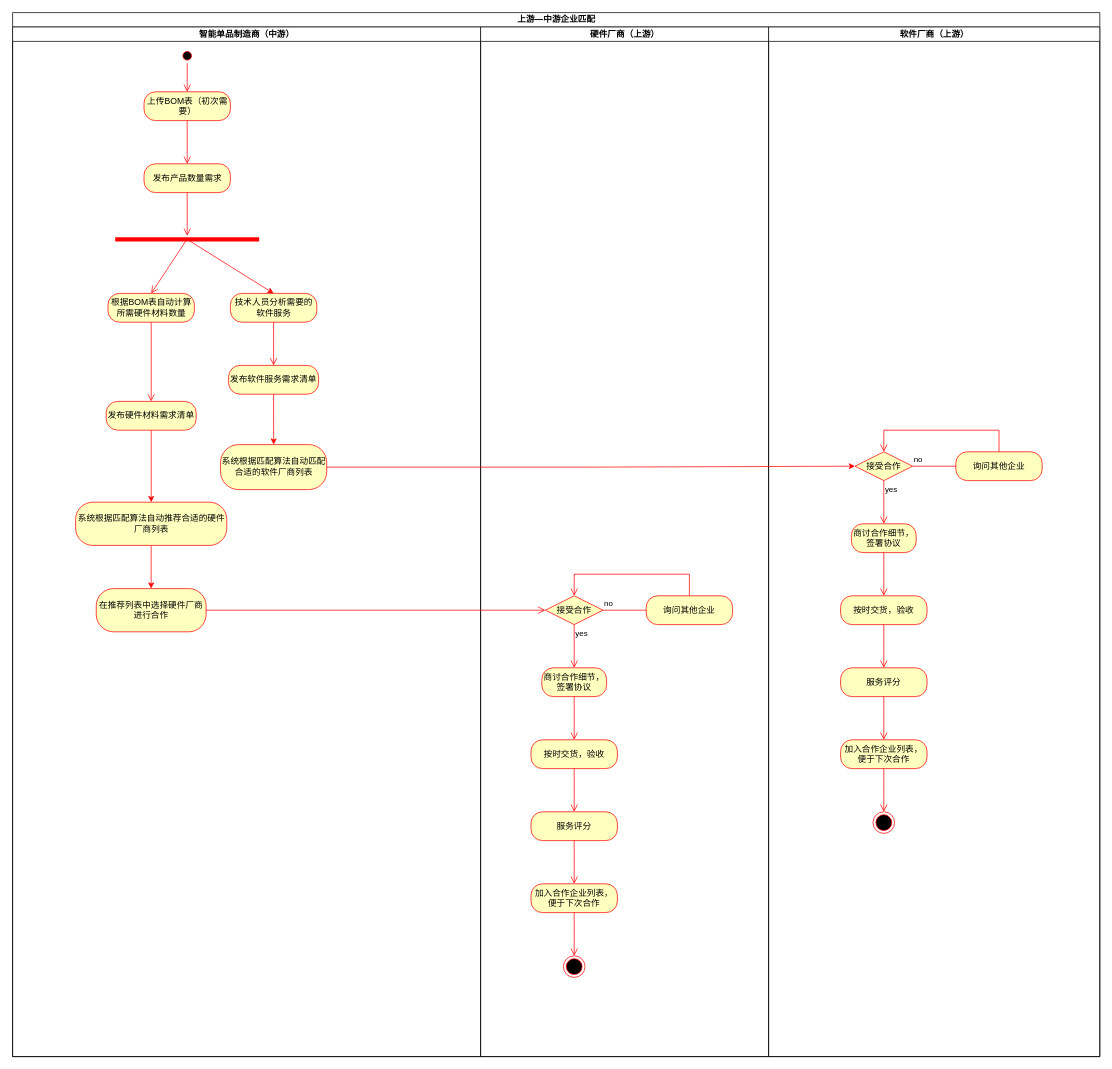
This is 毕设活动图1——中上游匹配.drawio from 2919282119/charts, a draw.io file, before an edit. Source tidied: cells renumbered, new cells numbered last; positions are measured from the earlier drawing's top-left corner, leaving out a move shared by most shapes. Both pictures are drawn from the tidied source at 72%, with x=0, y=0 at pixel (12, 12).
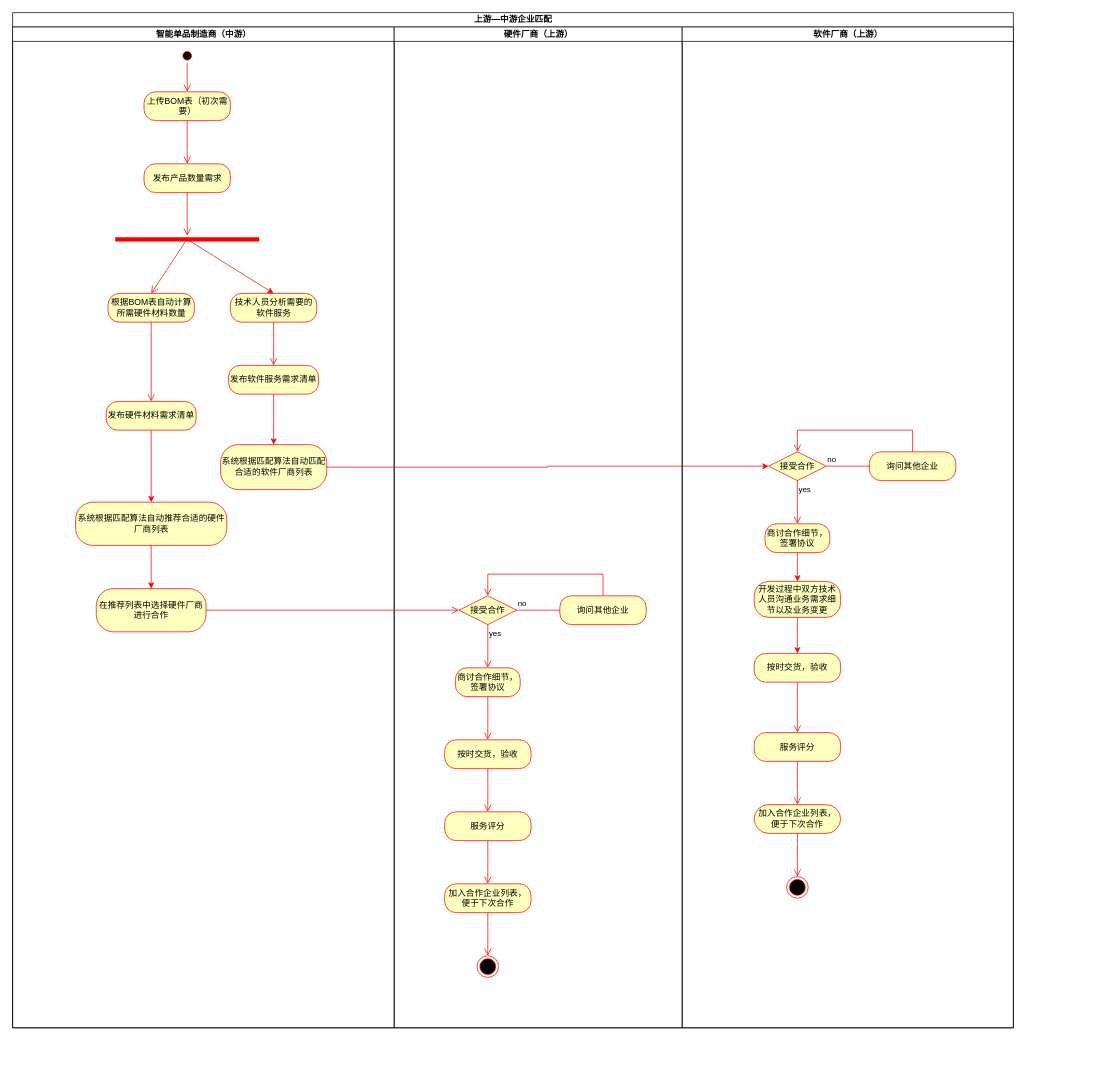
The same page after the edit.

Commit message:
更新毕设活动图1——中上游匹配.drawio

The change refers to these unchanged cells:
```xml
<mxCell id="22" value="系统根据匹配算法自动匹配合适的软件厂商列表" style="whiteSpace=wrap;html=1;fillColor=#ffffc0;strokeColor=#ff0000;fontColor=#000000;rounded=1;arcSize=40;" parent="3" vertex="1">
  <mxGeometry x="288.8" y="580" width="147.5" height="62.5" as="geometry" />
</mxCell>
<mxCell id="24" value="在推荐列表中选择硬件厂商进行合作" style="rounded=1;whiteSpace=wrap;html=1;arcSize=40;fontColor=#000000;fillColor=#ffffc0;strokeColor=#ff0000;" parent="3" vertex="1">
  <mxGeometry x="116.2" y="780" width="152.5" height="60" as="geometry" />
</mxCell>
<mxCell id="26" value="接受合作" style="rhombus;whiteSpace=wrap;html=1;fontColor=#000000;fillColor=#ffffc0;strokeColor=#ff0000;" parent="25" vertex="1">
  <mxGeometry x="90" y="790" width="80" height="40" as="geometry" />
</mxCell>
<mxCell id="41" value="接受合作" style="rhombus;whiteSpace=wrap;html=1;fontColor=#000000;fillColor=#ffffc0;strokeColor=#ff0000;" parent="40" vertex="1">
  <mxGeometry x="120" y="590" width="80" height="40" as="geometry" />
</mxCell>
<mxCell id="46" value="商讨合作细节，签署协议" style="rounded=1;whiteSpace=wrap;html=1;arcSize=40;fontColor=#000000;fillColor=#ffffc0;strokeColor=#ff0000;" parent="40" vertex="1">
  <mxGeometry x="115" y="690" width="90" height="40" as="geometry" />
</mxCell>
```

The edit, as a diff of the source:
```diff
@@
     <mxCell id="2" value="上游—中游企业匹配" style="swimlane;startSize=20;html=1;" parent="1" vertex="1">
-      <mxGeometry width="1510" height="1450" as="geometry" />
+      <mxGeometry width="1390" height="1410" as="geometry" />
     </mxCell>
     <mxCell id="3" value="智能单品制造商（中游）" style="swimlane;startSize=20;html=1;" parent="2" vertex="1">
-      <mxGeometry y="20" width="650" height="1430" as="geometry" />
+      <mxGeometry y="20" width="530" height="1390" as="geometry" />
     </mxCell>
@@
     <mxCell id="25" value="硬件厂商（上游）" style="swimlane;startSize=20;html=1;" parent="2" vertex="1">
-      <mxGeometry x="650" y="20" width="400" height="1430" as="geometry" />
+      <mxGeometry x="530" y="20" width="400" height="1390" as="geometry" />
     </mxCell>
@@
+    <mxCell id="55" style="edgeStyle=orthogonalEdgeStyle;rounded=0;jettySize=auto;html=1;strokeColor=#FF0000;entryX=0;entryY=0.5;entryDx=0;entryDy=0;" parent="2" edge="1" source="22" target="41">
+      <mxGeometry relative="1" as="geometry" />
+    </mxCell>
+    <mxCell id="56" style="edgeStyle=orthogonalEdgeStyle;html=1;verticalAlign=bottom;endArrow=open;endSize=8;strokeColor=#ff0000;rounded=0;entryX=0;entryY=0.5;entryDx=0;entryDy=0;" parent="2" edge="1" source="24" target="26">
+      <mxGeometry relative="1" as="geometry" />
+    </mxCell>
     <mxCell id="40" value="软件厂商（上游）" style="swimlane;startSize=20;html=1;" parent="2" vertex="1">
-      <mxGeometry x="1050" y="20" width="460" height="1430" as="geometry" />
+      <mxGeometry x="930" y="20" width="460" height="1390" as="geometry" />
     </mxCell>
@@
+    <mxCell id="57" style="edgeStyle=orthogonalEdgeStyle;rounded=0;jettySize=auto;html=1;strokeColor=#FF0000;" parent="40" edge="1" source="46" target="59">
+      <mxGeometry relative="1" as="geometry" />
+    </mxCell>
@@
-    <mxCell id="47" style="edgeStyle=orthogonalEdgeStyle;html=1;verticalAlign=bottom;endArrow=open;endSize=8;strokeColor=#ff0000;rounded=0;" parent="40" edge="1" source="46">
-      <mxGeometry relative="1" as="geometry">
-        <mxPoint x="160" y="790" as="targetPoint" />
-      </mxGeometry>
-    </mxCell>
     <mxCell id="48" value="按时交货，验收" style="rounded=1;whiteSpace=wrap;html=1;arcSize=40;fontColor=#000000;fillColor=#ffffc0;strokeColor=#ff0000;" parent="40" vertex="1">
-      <mxGeometry x="100" y="790" width="120" height="40" as="geometry" />
+      <mxGeometry x="100" y="870" width="120" height="40" as="geometry" />
     </mxCell>
     <mxCell id="49" style="edgeStyle=orthogonalEdgeStyle;html=1;verticalAlign=bottom;endArrow=open;endSize=8;strokeColor=#ff0000;rounded=0;" parent="40" edge="1" source="48">
       <mxGeometry relative="1" as="geometry">
-        <mxPoint x="160" y="890" as="targetPoint" />
+        <mxPoint x="160" y="980" as="targetPoint" />
       </mxGeometry>
     </mxCell>
     <mxCell id="50" value="服务评分" style="rounded=1;whiteSpace=wrap;html=1;arcSize=40;fontColor=#000000;fillColor=#ffffc0;strokeColor=#ff0000;" parent="40" vertex="1">
-      <mxGeometry x="100" y="890" width="120" height="40" as="geometry" />
+      <mxGeometry x="100" y="980" width="120" height="40" as="geometry" />
     </mxCell>
     <mxCell id="51" style="edgeStyle=orthogonalEdgeStyle;html=1;verticalAlign=bottom;endArrow=open;endSize=8;strokeColor=#ff0000;rounded=0;" parent="40" edge="1" source="50">
       <mxGeometry relative="1" as="geometry">
-        <mxPoint x="160" y="990" as="targetPoint" />
+        <mxPoint x="160" y="1080" as="targetPoint" />
       </mxGeometry>
     </mxCell>
-    <mxCell id="52" value="加入合作企业列表，便于下次合作" style="rounded=1;whiteSpace=wrap;html=1;arcSize=40;fontColor=#000000;fillColor=#ffffc0;strokeColor=#ff0000;" parent="40" vertex="1">
-      <mxGeometry x="100" y="990" width="120" height="40" as="geometry" />
+    <mxCell id="52" value="加入合作企业列表，便于下次合作" style="rounded=1;whiteSpace=wrap;html=1;arcSize=50;fontColor=#000000;fillColor=#ffffc0;strokeColor=#ff0000;" parent="40" vertex="1">
+      <mxGeometry x="100" y="1080" width="120" height="40" as="geometry" />
     </mxCell>
     <mxCell id="53" style="edgeStyle=orthogonalEdgeStyle;html=1;verticalAlign=bottom;endArrow=open;endSize=8;strokeColor=#ff0000;rounded=0;" parent="40" edge="1" source="52">
       <mxGeometry relative="1" as="geometry">
-        <mxPoint x="160" y="1090" as="targetPoint" />
+        <mxPoint x="160" y="1180" as="targetPoint" />
       </mxGeometry>
     </mxCell>
     <mxCell id="54" style="ellipse;html=1;shape=endState;fillColor=#000000;strokeColor=#ff0000;" parent="40" vertex="1">
-      <mxGeometry x="145" y="1090" width="30" height="30" as="geometry" />
+      <mxGeometry x="145" y="1180" width="30" height="30" as="geometry" />
     </mxCell>
-    <mxCell id="55" style="edgeStyle=orthogonalEdgeStyle;rounded=0;jettySize=auto;html=1;strokeColor=#FF0000;" parent="2" edge="1" source="22">
-      <mxGeometry relative="1" as="geometry">
-        <mxPoint x="1170" y="630" as="targetPoint" />
-      </mxGeometry>
-    </mxCell>
-    <mxCell id="56" style="edgeStyle=orthogonalEdgeStyle;html=1;verticalAlign=bottom;endArrow=open;endSize=8;strokeColor=#ff0000;rounded=0;entryX=0;entryY=0.5;entryDx=0;entryDy=0;" parent="2" edge="1" source="24" target="26">
-      <mxGeometry relative="1" as="geometry" />
-    </mxCell>
+    <mxCell id="58" style="edgeStyle=orthogonalEdgeStyle;rounded=0;jettySize=auto;html=1;entryX=0.5;entryY=0;entryDx=0;entryDy=0;strokeColor=#FF0000;" parent="40" edge="1" source="59" target="48">
+      <mxGeometry relative="1" as="geometry" />
+    </mxCell>
+    <mxCell id="59" value="开发过程中双方技术人员沟通业务需求细节以及业务变更" style="whiteSpace=wrap;html=1;fillColor=#ffffc0;strokeColor=#ff0000;fontColor=#000000;rounded=1;arcSize=40;" parent="40" vertex="1">
+      <mxGeometry x="100" y="770" width="120" height="50" as="geometry" />
+    </mxCell>
```
